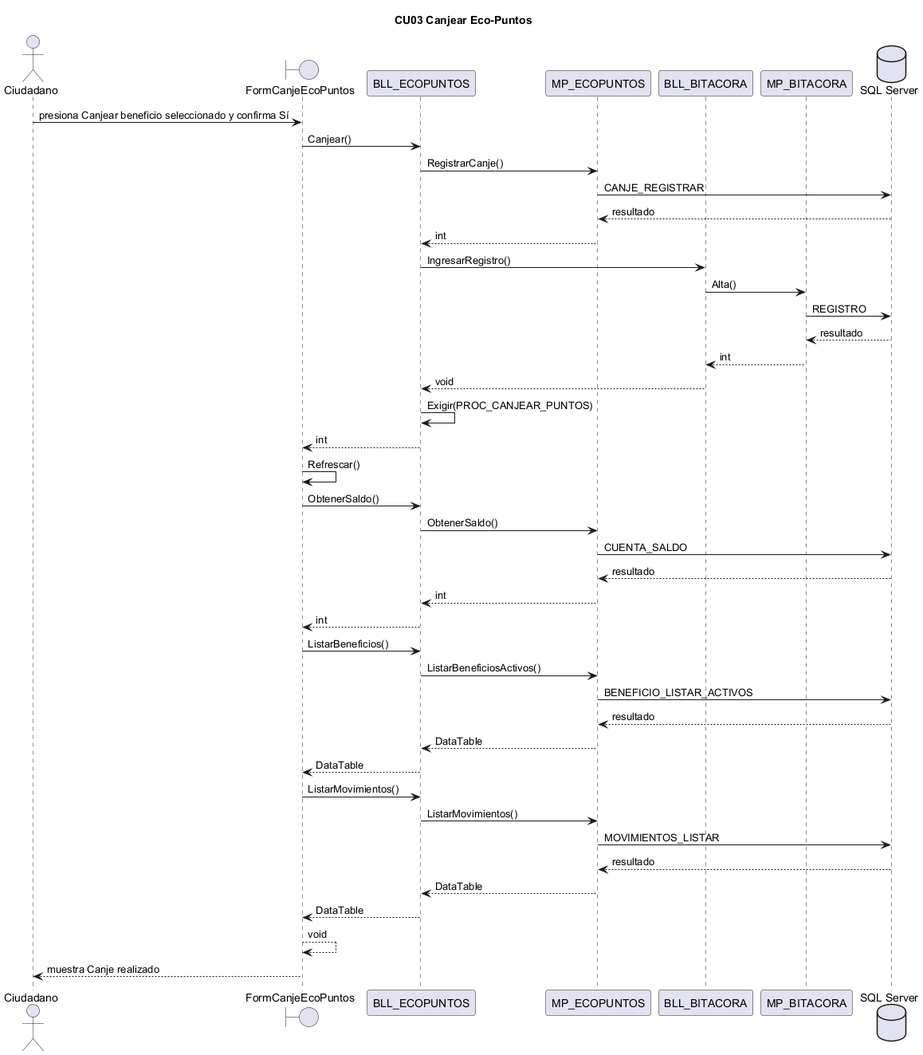
Above: docs/diagramas/secuencias_png/CU03.png in L-Muniz/uai-diploma_2026 (PlantUML), before the change. The source it was exported from:
```plantuml
@startuml CU03
title CU03 Canjear Eco-Puntos
actor "Ciudadano" as ACT
boundary FormCanjeEcoPuntos
participant BLL_ECOPUNTOS
participant MP_ECOPUNTOS
participant BLL_BITACORA
participant MP_BITACORA
database "SQL Server" as BD
ACT -> FormCanjeEcoPuntos : presiona Canjear beneficio seleccionado y confirma Sí
FormCanjeEcoPuntos -> BLL_ECOPUNTOS : Canjear()
BLL_ECOPUNTOS -> MP_ECOPUNTOS : RegistrarCanje()
MP_ECOPUNTOS -> BD : CANJE_REGISTRAR
BD --> MP_ECOPUNTOS : resultado
MP_ECOPUNTOS --> BLL_ECOPUNTOS : int
BLL_ECOPUNTOS -> BLL_BITACORA : IngresarRegistro()
BLL_BITACORA -> MP_BITACORA : Alta()
MP_BITACORA -> BD : REGISTRO
BD --> MP_BITACORA : resultado
MP_BITACORA --> BLL_BITACORA : int
BLL_BITACORA --> BLL_ECOPUNTOS : void
BLL_ECOPUNTOS -> BLL_ECOPUNTOS : Exigir(PROC_CANJEAR_PUNTOS)
BLL_ECOPUNTOS --> FormCanjeEcoPuntos : int
FormCanjeEcoPuntos -> FormCanjeEcoPuntos : Refrescar()
FormCanjeEcoPuntos -> BLL_ECOPUNTOS : ObtenerSaldo()
BLL_ECOPUNTOS -> MP_ECOPUNTOS : ObtenerSaldo()
MP_ECOPUNTOS -> BD : CUENTA_SALDO
BD --> MP_ECOPUNTOS : resultado
MP_ECOPUNTOS --> BLL_ECOPUNTOS : int
BLL_ECOPUNTOS --> FormCanjeEcoPuntos : int
FormCanjeEcoPuntos -> BLL_ECOPUNTOS : ListarBeneficios()
BLL_ECOPUNTOS -> MP_ECOPUNTOS : ListarBeneficiosActivos()
MP_ECOPUNTOS -> BD : BENEFICIO_LISTAR_ACTIVOS
BD --> MP_ECOPUNTOS : resultado
MP_ECOPUNTOS --> BLL_ECOPUNTOS : DataTable
BLL_ECOPUNTOS --> FormCanjeEcoPuntos : DataTable
FormCanjeEcoPuntos -> BLL_ECOPUNTOS : ListarMovimientos()
BLL_ECOPUNTOS -> MP_ECOPUNTOS : ListarMovimientos()
MP_ECOPUNTOS -> BD : MOVIMIENTOS_LISTAR
BD --> MP_ECOPUNTOS : resultado
MP_ECOPUNTOS --> BLL_ECOPUNTOS : DataTable
BLL_ECOPUNTOS --> FormCanjeEcoPuntos : DataTable
FormCanjeEcoPuntos --> FormCanjeEcoPuntos : void
FormCanjeEcoPuntos --> ACT : muestra Canje realizado
@enduml
```
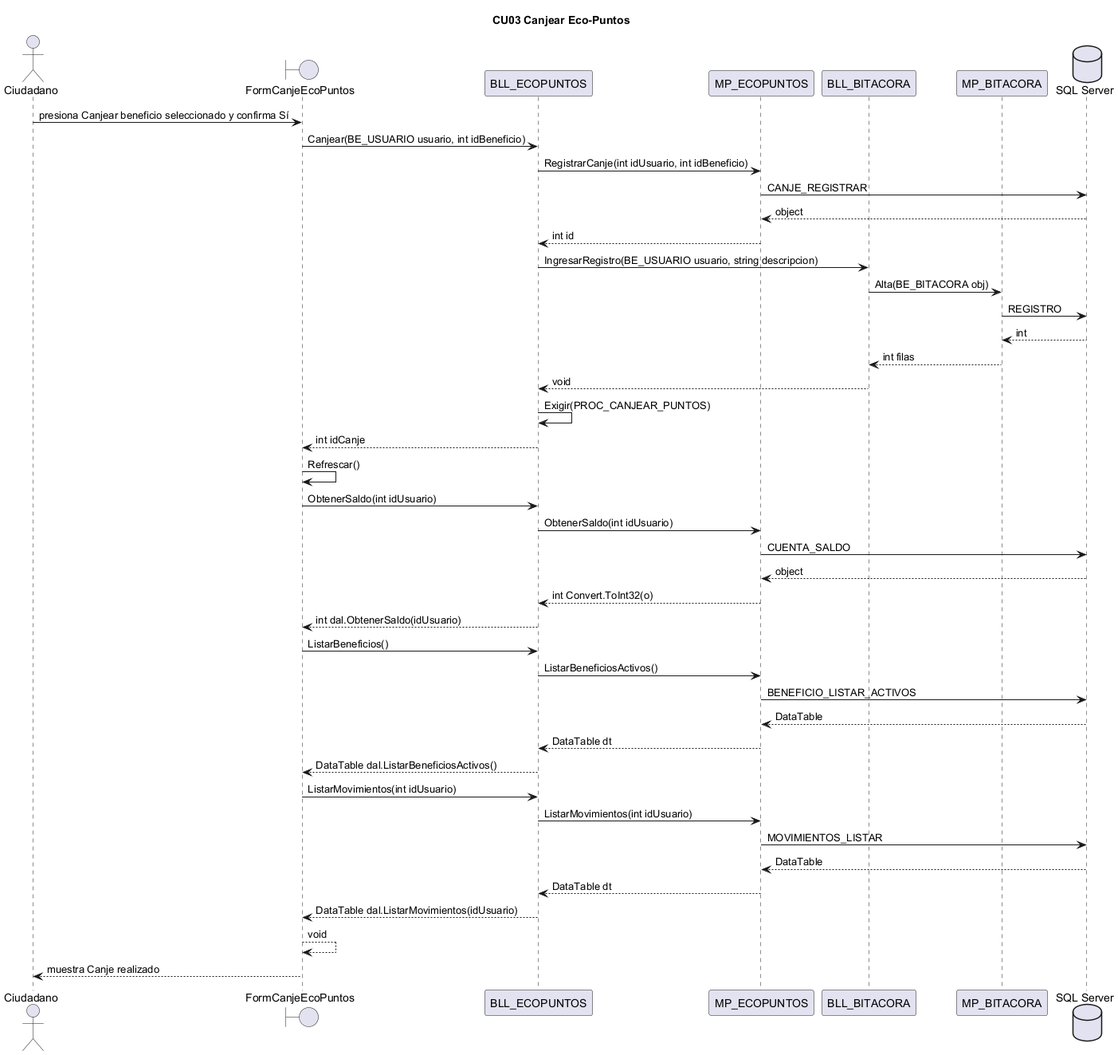
The same file after the commit.

Change to the diagram source:
```diff
@@ -8,38 +8,38 @@
 participant MP_BITACORA
 database "SQL Server" as BD
 ACT -> FormCanjeEcoPuntos : presiona Canjear beneficio seleccionado y confirma Sí
-FormCanjeEcoPuntos -> BLL_ECOPUNTOS : Canjear()
-BLL_ECOPUNTOS -> MP_ECOPUNTOS : RegistrarCanje()
+FormCanjeEcoPuntos -> BLL_ECOPUNTOS : Canjear(BE_USUARIO usuario, int idBeneficio)
+BLL_ECOPUNTOS -> MP_ECOPUNTOS : RegistrarCanje(int idUsuario, int idBeneficio)
 MP_ECOPUNTOS -> BD : CANJE_REGISTRAR
-BD --> MP_ECOPUNTOS : resultado
-MP_ECOPUNTOS --> BLL_ECOPUNTOS : int
-BLL_ECOPUNTOS -> BLL_BITACORA : IngresarRegistro()
-BLL_BITACORA -> MP_BITACORA : Alta()
+BD --> MP_ECOPUNTOS : object
+MP_ECOPUNTOS --> BLL_ECOPUNTOS : int id
+BLL_ECOPUNTOS -> BLL_BITACORA : IngresarRegistro(BE_USUARIO usuario, string descripcion)
+BLL_BITACORA -> MP_BITACORA : Alta(BE_BITACORA obj)
 MP_BITACORA -> BD : REGISTRO
-BD --> MP_BITACORA : resultado
-MP_BITACORA --> BLL_BITACORA : int
+BD --> MP_BITACORA : int
+MP_BITACORA --> BLL_BITACORA : int filas
 BLL_BITACORA --> BLL_ECOPUNTOS : void
 BLL_ECOPUNTOS -> BLL_ECOPUNTOS : Exigir(PROC_CANJEAR_PUNTOS)
-BLL_ECOPUNTOS --> FormCanjeEcoPuntos : int
+BLL_ECOPUNTOS --> FormCanjeEcoPuntos : int idCanje
 FormCanjeEcoPuntos -> FormCanjeEcoPuntos : Refrescar()
-FormCanjeEcoPuntos -> BLL_ECOPUNTOS : ObtenerSaldo()
-BLL_ECOPUNTOS -> MP_ECOPUNTOS : ObtenerSaldo()
+FormCanjeEcoPuntos -> BLL_ECOPUNTOS : ObtenerSaldo(int idUsuario)
+BLL_ECOPUNTOS -> MP_ECOPUNTOS : ObtenerSaldo(int idUsuario)
 MP_ECOPUNTOS -> BD : CUENTA_SALDO
-BD --> MP_ECOPUNTOS : resultado
-MP_ECOPUNTOS --> BLL_ECOPUNTOS : int
-BLL_ECOPUNTOS --> FormCanjeEcoPuntos : int
+BD --> MP_ECOPUNTOS : object
+MP_ECOPUNTOS --> BLL_ECOPUNTOS : int Convert.ToInt32(o)
+BLL_ECOPUNTOS --> FormCanjeEcoPuntos : int dal.ObtenerSaldo(idUsuario)
 FormCanjeEcoPuntos -> BLL_ECOPUNTOS : ListarBeneficios()
 BLL_ECOPUNTOS -> MP_ECOPUNTOS : ListarBeneficiosActivos()
 MP_ECOPUNTOS -> BD : BENEFICIO_LISTAR_ACTIVOS
-BD --> MP_ECOPUNTOS : resultado
-MP_ECOPUNTOS --> BLL_ECOPUNTOS : DataTable
-BLL_ECOPUNTOS --> FormCanjeEcoPuntos : DataTable
-FormCanjeEcoPuntos -> BLL_ECOPUNTOS : ListarMovimientos()
-BLL_ECOPUNTOS -> MP_ECOPUNTOS : ListarMovimientos()
+BD --> MP_ECOPUNTOS : DataTable
+MP_ECOPUNTOS --> BLL_ECOPUNTOS : DataTable dt
+BLL_ECOPUNTOS --> FormCanjeEcoPuntos : DataTable dal.ListarBeneficiosActivos()
+FormCanjeEcoPuntos -> BLL_ECOPUNTOS : ListarMovimientos(int idUsuario)
+BLL_ECOPUNTOS -> MP_ECOPUNTOS : ListarMovimientos(int idUsuario)
 MP_ECOPUNTOS -> BD : MOVIMIENTOS_LISTAR
-BD --> MP_ECOPUNTOS : resultado
-MP_ECOPUNTOS --> BLL_ECOPUNTOS : DataTable
-BLL_ECOPUNTOS --> FormCanjeEcoPuntos : DataTable
+BD --> MP_ECOPUNTOS : DataTable
+MP_ECOPUNTOS --> BLL_ECOPUNTOS : DataTable dt
+BLL_ECOPUNTOS --> FormCanjeEcoPuntos : DataTable dal.ListarMovimientos(idUsuario)
 FormCanjeEcoPuntos --> FormCanjeEcoPuntos : void
 FormCanjeEcoPuntos --> ACT : muestra Canje realizado
 @enduml
```
